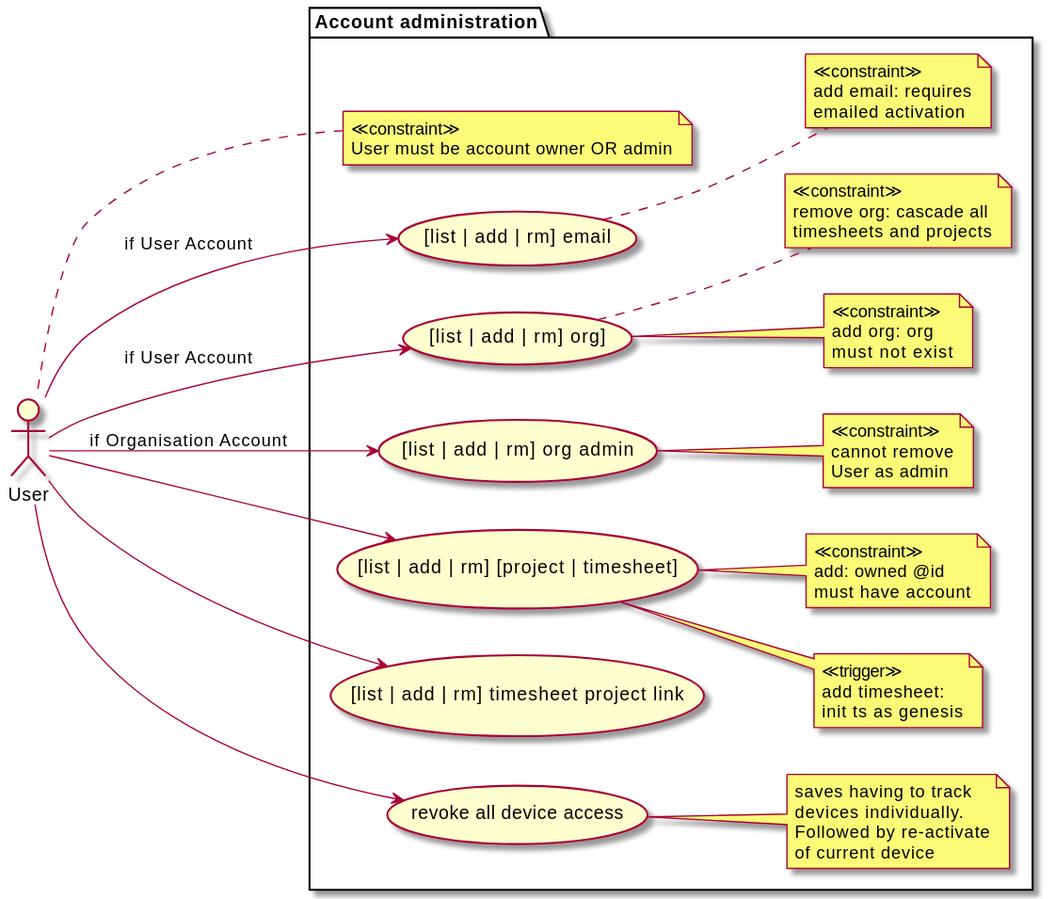
m-ld/timeld keeps this PlantUML diagram as architecture/use-case/img/administration.use-case.svg. Above is the earlier version.
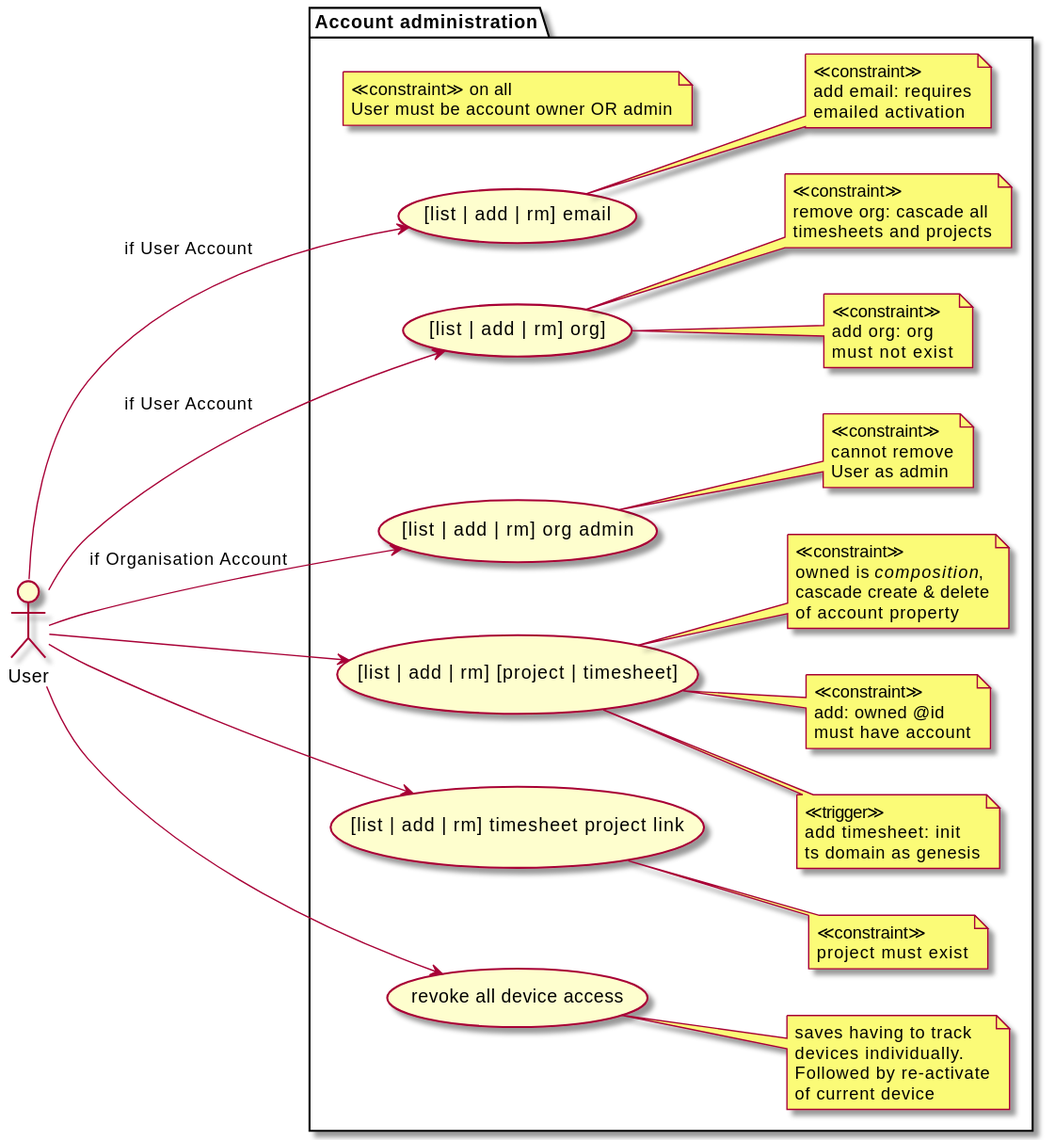
The same diagram one commit later.

What changed in the source:
```diff
@@ -3,10 +3,7 @@
 
 actor User
 package "Account administration" {
-  note top
-    ≪constraint≫
-    User must be account owner OR admin
-  end note
+  note "≪constraint≫ on all\nUser must be account owner OR admin" as appliesToAll
 
   usecase userAdminEmail as ([list | add | rm] email)
   User --> userAdminEmail: if User Account
@@ -40,16 +37,26 @@
   User --> ownedAdmin
   note right of ownedAdmin
     ≪trigger≫
-    add timesheet:
-    init ts as genesis
+    add timesheet: init
+    ts domain as genesis
   end note
   note right of ownedAdmin
     ≪constraint≫
     add: owned @id
     must have account
   end note
+  note right of ownedAdmin
+    ≪constraint≫
+    owned is //composition//,
+    cascade create & delete
+    of account property
+  end note
 
   User --> ([list | add | rm] timesheet project link)
+  note right
+    ≪constraint≫
+    project must exist
+  end note
 
   User --> (revoke all device access)
   note right
```
